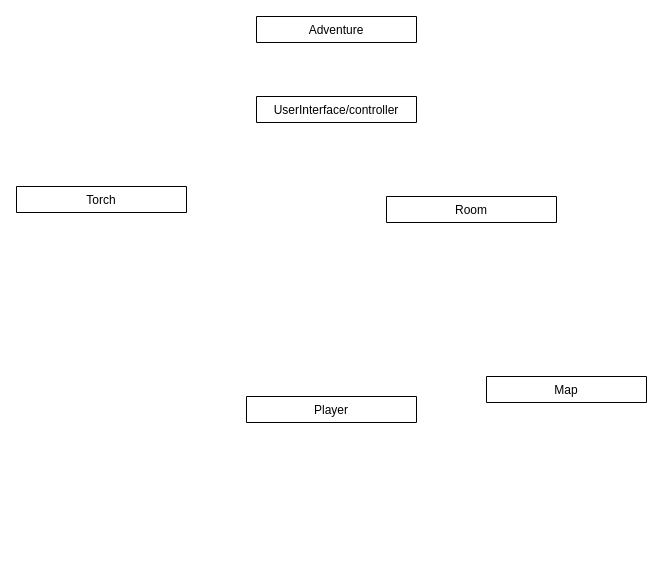
tomm8231/adventureGame keeps this draw.io diagram as Untitled Diagram.drawio. Above is the earlier version. Source tidied: cells renumbered, new cells numbered last; positions are measured from the earlier drawing's top-left corner, leaving out a move shared by most shapes. Both pictures are drawn from the tidied source at 100%, with x=0, y=0 at pixel (16, 16).
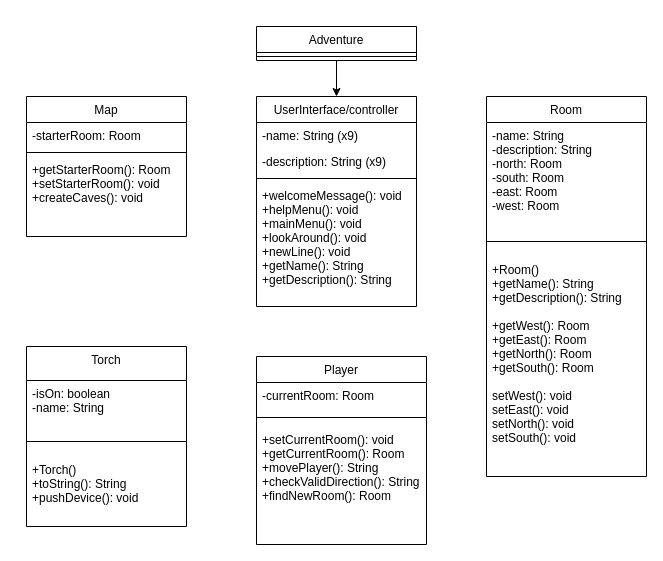
Above is the later version.

Change to the diagram source:
```diff
@@
-    <mxCell id="2" value="UserInterface/controller" style="swimlane;fontStyle=0;align=center;verticalAlign=top;horizontal=1;startSize=26;rounded=0;shadow=0;strokeWidth=1;" parent="1" vertex="1" collapsed="1">
-      <mxGeometry x="240" y="80" width="160" height="26" as="geometry" />
+    <mxCell id="2" value="UserInterface/controller" style="swimlane;fontStyle=0;align=center;verticalAlign=top;horizontal=1;startSize=26;rounded=0;shadow=0;strokeWidth=1;" parent="1" vertex="1">
+      <mxGeometry x="240" y="80" width="160" height="210" as="geometry" />
     </mxCell>
+    <mxCell id="8" value="-name: String (x9)" style="text;align=left;verticalAlign=top;spacingLeft=4;spacingRight=4;overflow=hidden;" parent="2" vertex="1">
+      <mxGeometry y="26" width="160" height="26" as="geometry" />
+    </mxCell>
+    <mxCell id="9" value="-description: String (x9)" style="text;align=left;verticalAlign=top;spacingLeft=4;spacingRight=4;overflow=hidden;rounded=0;shadow=0;html=0;" parent="2" vertex="1">
+      <mxGeometry y="52" width="160" height="26" as="geometry" />
+    </mxCell>
+    <mxCell id="10" style="line;html=1;strokeWidth=1;align=left;verticalAlign=middle;spacingTop=-1;spacingLeft=3;spacingRight=3;labelPosition=right;" parent="2" vertex="1">
+      <mxGeometry y="78" width="160" height="8" as="geometry" />
+    </mxCell>
+    <mxCell id="11" value="+welcomeMessage(): void&#10;+helpMenu(): void&#10;+mainMenu(): void&#10;+lookAround(): void&#10;+newLine(): void&#10;+getName(): String &#10;+getDescription(): String " style="text;align=left;verticalAlign=top;spacingLeft=4;spacingRight=4;overflow=hidden;" parent="2" vertex="1">
+      <mxGeometry y="86" width="160" height="108" as="geometry" />
+    </mxCell>
+    <mxCell id="12" style="edgeStyle=orthogonalEdgeStyle;rounded=0;jettySize=auto;html=1;" parent="1" edge="1" source="3">
+      <mxGeometry relative="1" as="geometry">
+        <mxPoint x="320" y="80" as="targetPoint" />
+        <Array as="points">
+          <mxPoint x="320" y="79" />
+        </Array>
+      </mxGeometry>
+    </mxCell>
-    <mxCell id="3" value="Adventure&#10;" style="swimlane;fontStyle=0;align=center;verticalAlign=top;horizontal=1;startSize=26;rounded=0;shadow=0;strokeWidth=1;" parent="1" vertex="1" collapsed="1">
-      <mxGeometry x="240" width="160" height="26" as="geometry" />
+    <mxCell id="3" value="Adventure&#10;" style="swimlane;fontStyle=0;align=center;verticalAlign=top;horizontal=1;startSize=26;rounded=0;shadow=0;strokeWidth=1;" parent="1" vertex="1">
+      <mxGeometry x="240" y="10" width="160" height="34" as="geometry" />
     </mxCell>
+    <mxCell id="13" style="line;html=1;strokeWidth=1;align=left;verticalAlign=middle;spacingTop=-1;spacingLeft=3;spacingRight=3;labelPosition=right;" parent="3" vertex="1">
+      <mxGeometry y="26" width="160" height="8" as="geometry" />
+    </mxCell>
-    <mxCell id="4" value="Player" style="swimlane;fontStyle=0;align=center;verticalAlign=top;horizontal=1;startSize=26;rounded=0;shadow=0;strokeWidth=1;" parent="1" vertex="1" collapsed="1">
-      <mxGeometry x="230" y="380" width="170" height="26" as="geometry" />
+    <mxCell id="4" value="Player" style="swimlane;fontStyle=0;align=center;verticalAlign=top;horizontal=1;startSize=26;rounded=0;shadow=0;strokeWidth=1;" parent="1" vertex="1">
+      <mxGeometry x="240" y="340" width="170" height="188" as="geometry" />
     </mxCell>
+    <mxCell id="14" value="-currentRoom: Room" style="text;align=left;verticalAlign=top;spacingLeft=4;spacingRight=4;overflow=hidden;" parent="4" vertex="1">
+      <mxGeometry y="26" width="170" height="26" as="geometry" />
+    </mxCell>
+    <mxCell id="15" style="line;html=1;strokeWidth=1;align=left;verticalAlign=middle;spacingTop=-1;spacingLeft=3;spacingRight=3;labelPosition=right;" parent="4" vertex="1">
+      <mxGeometry y="52" width="170" height="18" as="geometry" />
+    </mxCell>
+    <mxCell id="16" value="+setCurrentRoom(): void&#10;+getCurrentRoom(): Room&#10;+movePlayer(): String&#10;+checkValidDirection(): String&#10;+findNewRoom(): Room" style="text;align=left;verticalAlign=top;spacingLeft=4;spacingRight=4;overflow=hidden;" parent="4" vertex="1">
+      <mxGeometry y="70" width="170" height="108" as="geometry" />
+    </mxCell>
-    <mxCell id="5" value="Map" style="swimlane;fontStyle=0;align=center;verticalAlign=top;horizontal=1;startSize=26;rounded=0;shadow=0;strokeWidth=1;" parent="1" vertex="1" collapsed="1">
-      <mxGeometry x="470" y="360" width="160" height="26" as="geometry" />
+    <mxCell id="5" value="Map" style="swimlane;fontStyle=0;align=center;verticalAlign=top;horizontal=1;startSize=26;rounded=0;shadow=0;strokeWidth=1;" parent="1" vertex="1">
+      <mxGeometry x="10" y="80" width="160" height="140" as="geometry" />
     </mxCell>
+    <mxCell id="17" value="-starterRoom: Room" style="text;align=left;verticalAlign=top;spacingLeft=4;spacingRight=4;overflow=hidden;" parent="5" vertex="1">
+      <mxGeometry y="26" width="160" height="26" as="geometry" />
+    </mxCell>
+    <mxCell id="18" style="line;html=1;strokeWidth=1;align=left;verticalAlign=middle;spacingTop=-1;spacingLeft=3;spacingRight=3;labelPosition=right;" parent="5" vertex="1">
+      <mxGeometry y="52" width="160" height="8" as="geometry" />
+    </mxCell>
+    <mxCell id="19" value="+getStarterRoom(): Room&#10;+setStarterRoom(): void&#10;+createCaves(): void" style="text;align=left;verticalAlign=top;spacingLeft=4;spacingRight=4;overflow=hidden;" parent="5" vertex="1">
+      <mxGeometry y="60" width="160" height="70" as="geometry" />
+    </mxCell>
-    <mxCell id="6" value="Torch" style="swimlane;fontStyle=0;align=center;verticalAlign=top;horizontal=1;startSize=34;rounded=0;shadow=0;strokeWidth=1;" parent="1" vertex="1" collapsed="1">
-      <mxGeometry y="170" width="170" height="26" as="geometry" />
+    <mxCell id="6" value="Torch" style="swimlane;fontStyle=0;align=center;verticalAlign=top;horizontal=1;startSize=34;rounded=0;shadow=0;strokeWidth=1;" parent="1" vertex="1">
+      <mxGeometry x="10" y="330" width="160" height="180" as="geometry" />
     </mxCell>
+    <mxCell id="20" value="-isOn: boolean&#10;-name: String" style="text;align=left;verticalAlign=top;spacingLeft=4;spacingRight=4;overflow=hidden;" parent="6" vertex="1">
+      <mxGeometry y="34" width="160" height="46" as="geometry" />
+    </mxCell>
+    <mxCell id="21" style="line;html=1;strokeWidth=1;align=left;verticalAlign=middle;spacingTop=-1;spacingLeft=3;spacingRight=3;labelPosition=right;" parent="6" vertex="1">
+      <mxGeometry y="80" width="160" height="30" as="geometry" />
+    </mxCell>
+    <mxCell id="22" value="+Torch()&#10;+toString(): String&#10;+pushDevice(): void" style="text;align=left;verticalAlign=top;spacingLeft=4;spacingRight=4;overflow=hidden;" parent="6" vertex="1">
+      <mxGeometry y="110" width="160" height="70" as="geometry" />
+    </mxCell>
-    <mxCell id="7" value="Room&#10;" style="swimlane;fontStyle=0;align=center;verticalAlign=top;horizontal=1;startSize=26;rounded=0;shadow=0;strokeWidth=1;" parent="1" vertex="1" collapsed="1">
-      <mxGeometry x="370" y="180" width="170" height="26" as="geometry" />
+    <mxCell id="7" value="Room&#10;" style="swimlane;fontStyle=0;align=center;verticalAlign=top;horizontal=1;startSize=26;rounded=0;shadow=0;strokeWidth=1;" parent="1" vertex="1">
+      <mxGeometry x="470" y="80" width="160" height="380" as="geometry" />
     </mxCell>
+    <mxCell id="23" value="-name: String&#10;-description: String&#10;-north: Room&#10;-south: Room&#10;-east: Room&#10;-west: Room" style="text;align=left;verticalAlign=top;spacingLeft=4;spacingRight=4;overflow=hidden;" parent="7" vertex="1">
+      <mxGeometry y="26" width="160" height="104" as="geometry" />
+    </mxCell>
+    <mxCell id="24" style="line;html=1;strokeWidth=1;align=left;verticalAlign=middle;spacingTop=-1;spacingLeft=3;spacingRight=3;labelPosition=right;" parent="7" vertex="1">
+      <mxGeometry y="130" width="160" height="30" as="geometry" />
+    </mxCell>
+    <mxCell id="25" value="+Room()&#10;+getName(): String&#10;+getDescription(): String&#10;&#10;+getWest(): Room&#10;+getEast(): Room&#10;+getNorth(): Room&#10;+getSouth(): Room&#10;&#10;setWest(): void&#10;setEast(): void&#10;setNorth(): void&#10;setSouth(): void&#10;" style="text;align=left;verticalAlign=top;spacingLeft=4;spacingRight=4;overflow=hidden;" parent="7" vertex="1">
+      <mxGeometry y="160" width="160" height="210" as="geometry" />
+    </mxCell>
```
